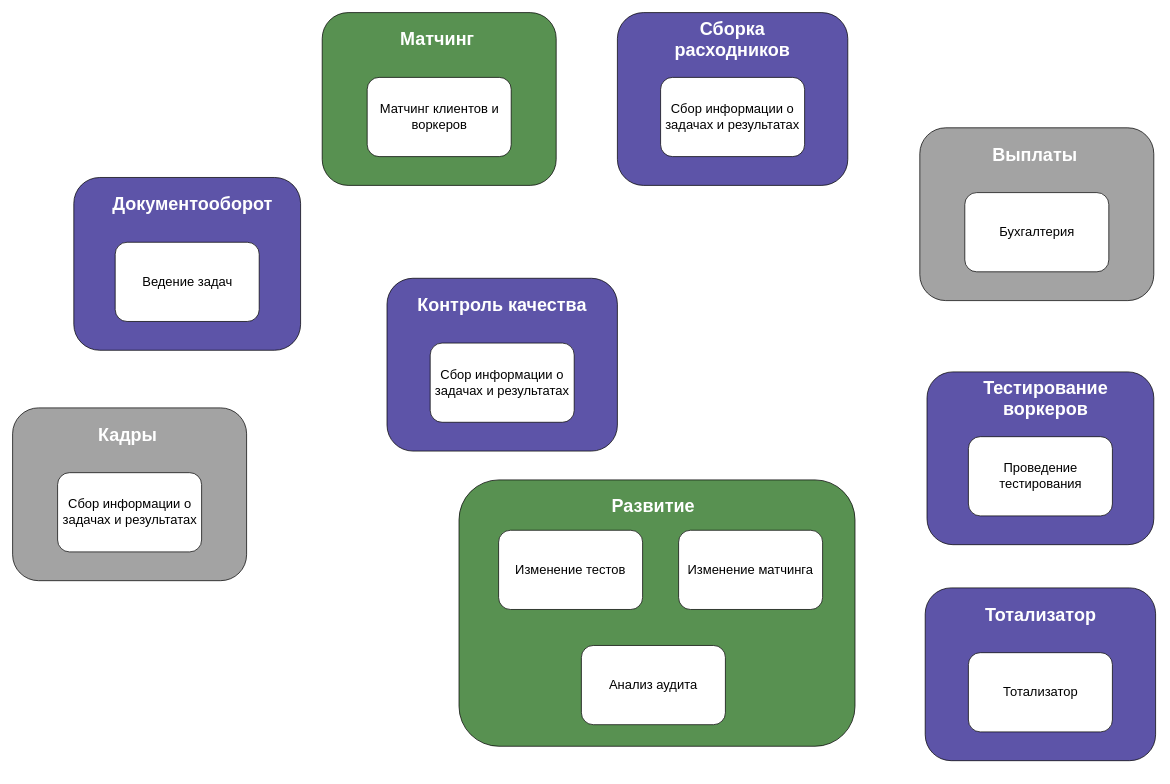
DmitriiZheleznikov/sa3_hw keeps this draw.io diagram as lesson02/assets/HW2_Bounded_Contexts.drawio. Above is the earlier version. Source tidied: cells renumbered, new cells numbered last; positions are measured from the earlier drawing's top-left corner, leaving out a move shared by most shapes. Both pictures are drawn from the tidied source at 72%, with x=0, y=0 at pixel (12, 12).
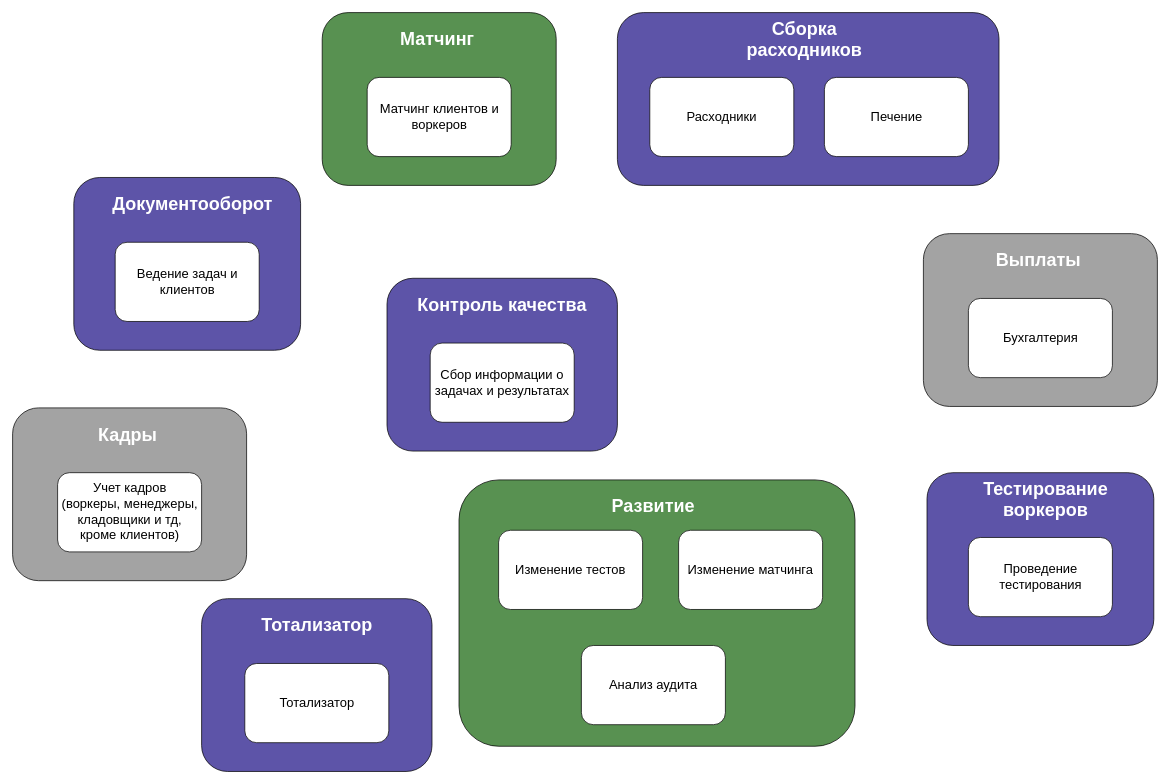
After the change.

Diff of the diagram source:
```diff
@@
     <mxCell id="8" style="rounded=1;whiteSpace=wrap;html=1;fillColor=#5D54A8;" parent="1" vertex="1">
-      <mxGeometry x="1270" y="499" width="315" height="240" as="geometry" />
+      <mxGeometry x="1270" y="639" width="315" height="240" as="geometry" />
     </mxCell>
     <mxCell id="9" value="&lt;font style=&quot;font-size: 18px;&quot;&gt;Проведение тестирования&lt;/font&gt;" style="rounded=1;whiteSpace=wrap;html=1;" parent="1" vertex="1">
-      <mxGeometry x="1327.5" y="589" width="200" height="110" as="geometry" />
+      <mxGeometry x="1327.5" y="729" width="200" height="110" as="geometry" />
     </mxCell>
     <mxCell id="10" value="&lt;b&gt;&lt;font color=&quot;#ffffff&quot; style=&quot;font-size: 25px;&quot;&gt;Тестирование воркеров&lt;/font&gt;&lt;/b&gt;" style="text;html=1;align=center;verticalAlign=middle;whiteSpace=wrap;rounded=0;" parent="1" vertex="1">
-      <mxGeometry x="1315" y="520" width="240" height="30" as="geometry" />
+      <mxGeometry x="1315" y="660" width="240" height="30" as="geometry" />
     </mxCell>
@@
-    <mxCell id="15" value="&lt;font style=&quot;font-size: 18px;&quot;&gt;Сбор информации о задачах и результатах&lt;/font&gt;" style="rounded=1;whiteSpace=wrap;html=1;" parent="1" vertex="1">
+    <mxCell id="15" value="&lt;font style=&quot;font-size: 18px;&quot;&gt;Учет кадров&lt;/font&gt;&lt;div&gt;&lt;font style=&quot;font-size: 18px;&quot;&gt;(воркеры, менеджеры, кладовщики и тд, кроме клиентов)&lt;/font&gt;&lt;/div&gt;" style="rounded=1;whiteSpace=wrap;html=1;" parent="1" vertex="1">
       <mxGeometry x="62.5" y="639" width="200" height="110" as="geometry" />
     </mxCell>
@@
     <mxCell id="19" style="rounded=1;whiteSpace=wrap;html=1;fillColor=#5D54A8;" parent="1" vertex="1">
-      <mxGeometry x="1267.5" y="799" width="320" height="240" as="geometry" />
+      <mxGeometry x="262.5" y="814" width="320" height="240" as="geometry" />
     </mxCell>
     <mxCell id="20" value="&lt;font color=&quot;#ffffff&quot;&gt;&lt;span style=&quot;font-size: 25px;&quot;&gt;&lt;b&gt;Тотализатор&lt;/b&gt;&lt;/span&gt;&lt;/font&gt;" style="text;html=1;align=center;verticalAlign=middle;whiteSpace=wrap;rounded=0;" parent="1" vertex="1">
-      <mxGeometry x="1307.5" y="820" width="240" height="30" as="geometry" />
+      <mxGeometry x="302.5" y="835" width="240" height="30" as="geometry" />
     </mxCell>
     <mxCell id="21" value="&lt;font style=&quot;font-size: 18px;&quot;&gt;Тотализатор&lt;/font&gt;" style="rounded=1;whiteSpace=wrap;html=1;" parent="1" vertex="1">
-      <mxGeometry x="1327.5" y="889" width="200" height="110" as="geometry" />
+      <mxGeometry x="322.5" y="904" width="200" height="110" as="geometry" />
     </mxCell>
     <mxCell id="22" style="rounded=1;whiteSpace=wrap;html=1;fillColor=#A3A3A3;" parent="1" vertex="1">
-      <mxGeometry x="1260" y="160" width="325" height="240" as="geometry" />
+      <mxGeometry x="1265" y="307" width="325" height="240" as="geometry" />
     </mxCell>
     <mxCell id="23" value="&lt;font color=&quot;#ffffff&quot;&gt;&lt;span style=&quot;font-size: 25px;&quot;&gt;&lt;b&gt;Выплаты&lt;/b&gt;&lt;/span&gt;&lt;/font&gt;" style="text;html=1;align=center;verticalAlign=middle;whiteSpace=wrap;rounded=0;" parent="1" vertex="1">
-      <mxGeometry x="1300" y="181" width="240" height="30" as="geometry" />
+      <mxGeometry x="1305" y="328" width="240" height="30" as="geometry" />
     </mxCell>
     <mxCell id="24" value="&lt;font style=&quot;font-size: 18px;&quot;&gt;Бухгалтерия&lt;/font&gt;" style="rounded=1;whiteSpace=wrap;html=1;" parent="1" vertex="1">
-      <mxGeometry x="1322.5" y="250" width="200" height="110" as="geometry" />
+      <mxGeometry x="1327.5" y="397" width="200" height="110" as="geometry" />
     </mxCell>
     <mxCell id="25" style="rounded=1;whiteSpace=wrap;html=1;fillColor=#5D54A8;" parent="1" vertex="1">
-      <mxGeometry x="840" width="320" height="240" as="geometry" />
+      <mxGeometry x="840" width="530" height="240" as="geometry" />
     </mxCell>
     <mxCell id="26" value="&lt;font color=&quot;#ffffff&quot;&gt;&lt;span style=&quot;font-size: 25px;&quot;&gt;&lt;b&gt;Сборка расходников&lt;/b&gt;&lt;/span&gt;&lt;/font&gt;" style="text;html=1;align=center;verticalAlign=middle;whiteSpace=wrap;rounded=0;" parent="1" vertex="1">
-      <mxGeometry x="880" y="21" width="240" height="30" as="geometry" />
+      <mxGeometry x="980" y="21" width="240" height="30" as="geometry" />
     </mxCell>
-    <mxCell id="27" value="&lt;font style=&quot;font-size: 18px;&quot;&gt;Сбор информации о задачах и результатах&lt;/font&gt;" style="rounded=1;whiteSpace=wrap;html=1;" parent="1" vertex="1">
-      <mxGeometry x="900" y="90" width="200" height="110" as="geometry" />
+    <mxCell id="27" value="&lt;span style=&quot;font-size: 18px;&quot;&gt;Расходники&lt;/span&gt;" style="rounded=1;whiteSpace=wrap;html=1;" parent="1" vertex="1">
+      <mxGeometry x="885" y="90" width="200" height="110" as="geometry" />
     </mxCell>
@@
-    <mxCell id="29" value="&lt;font style=&quot;font-size: 18px;&quot;&gt;Ведение задач&lt;/font&gt;" style="rounded=1;whiteSpace=wrap;html=1;" parent="1" vertex="1">
+    <mxCell id="29" value="&lt;font style=&quot;font-size: 18px;&quot;&gt;Ведение задач и клиентов&lt;/font&gt;" style="rounded=1;whiteSpace=wrap;html=1;" parent="1" vertex="1">
       <mxGeometry x="142.5" y="319" width="200" height="110" as="geometry" />
     </mxCell>
@@
+    <mxCell id="31" value="&lt;font style=&quot;font-size: 18px;&quot;&gt;Печение&lt;/font&gt;" style="rounded=1;whiteSpace=wrap;html=1;" parent="1" vertex="1">
+      <mxGeometry x="1127.5" y="90" width="200" height="110" as="geometry" />
+    </mxCell>
```
